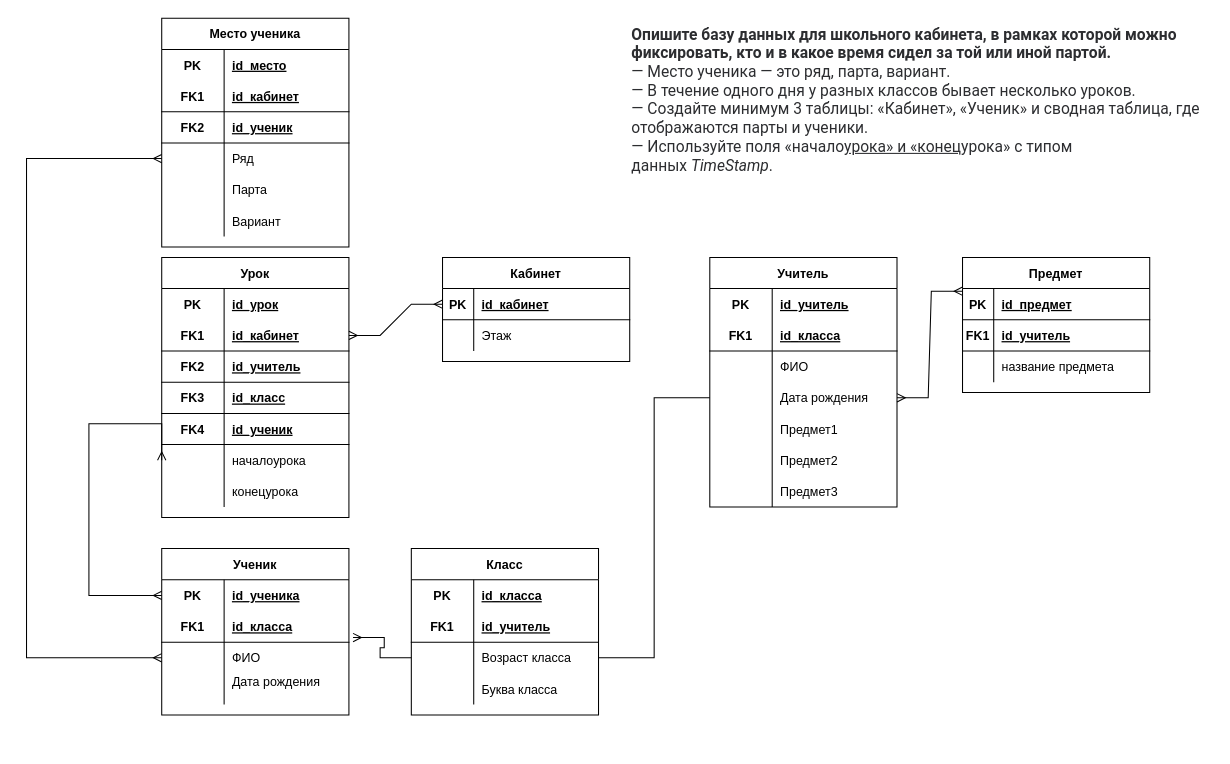
Before: Диаграмма класса.drawio in nikul1ch/diagram, a draw.io diagram. Source tidied: cells renumbered, new cells numbered last; positions are measured from the earlier drawing's top-left corner, leaving out a move shared by most shapes. Both pictures are drawn from the tidied source at 104%, with x=0, y=0 at pixel (26, 18).
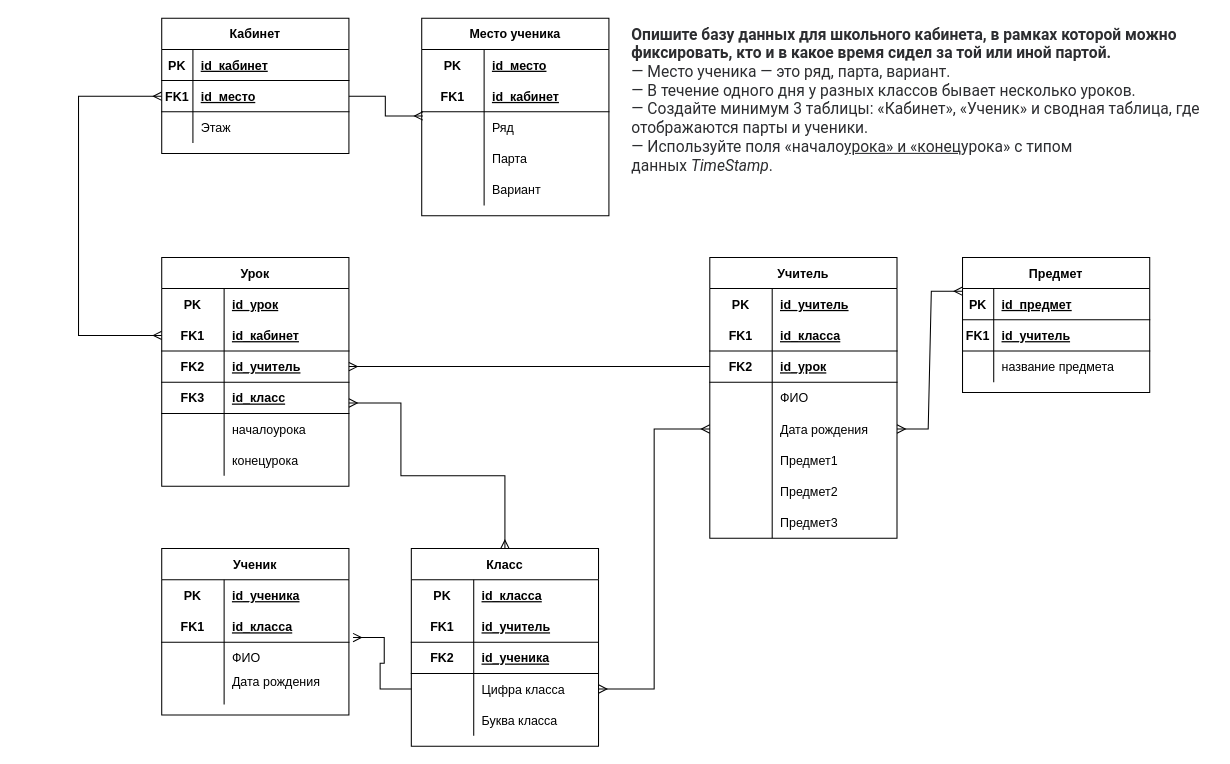
The same page after the edit.

The change refers to these unchanged cells:
```xml
<mxCell id="3" style="shape=tableRow;horizontal=0;startSize=0;swimlaneHead=0;swimlaneBody=0;fillColor=none;points=[[0,0.5],[1,0.5]];portConstraint=eastwest;top=0;left=0;right=0;bottom=1;" parent="2" vertex="1">
  <mxGeometry y="30" width="180" height="30" as="geometry" />
</mxCell>
<mxCell id="11" style="shape=tableRow;horizontal=0;startSize=0;swimlaneHead=0;swimlaneBody=0;fillColor=none;points=[[0,0.5],[1,0.5]];portConstraint=eastwest;top=0;left=0;right=0;bottom=0;" parent="10" vertex="1">
  <mxGeometry y="30" width="180" height="30" as="geometry" />
</mxCell>
<mxCell id="17" style="shape=tableRow;horizontal=0;startSize=0;swimlaneHead=0;swimlaneBody=0;fillColor=none;points=[[0,0.5],[1,0.5]];portConstraint=eastwest;top=0;left=0;right=0;bottom=0;" parent="10" vertex="1">
  <mxGeometry y="90" width="180" height="30" as="geometry" />
</mxCell>
<mxCell id="62" style="shape=tableRow;horizontal=0;startSize=0;swimlaneHead=0;swimlaneBody=0;fillColor=none;points=[[0,0.5],[1,0.5]];portConstraint=eastwest;top=0;left=0;right=0;bottom=1;" parent="58" vertex="1">
  <mxGeometry y="60" width="180" height="30" as="geometry" />
</mxCell>
```

What changed in the source:
```diff
@@
     <mxCell id="2" value="Кабинет" style="shape=table;startSize=30;childLayout=tableLayout;rowLines=0;fontStyle=1;align=center;" parent="1" vertex="1">
-      <mxGeometry x="400" y="230" width="180" height="100" as="geometry" />
+      <mxGeometry x="130" width="180" height="130" as="geometry" />
     </mxCell>
@@
+    <mxCell id="121" style="shape=tableRow;horizontal=0;startSize=0;swimlaneHead=0;swimlaneBody=0;fillColor=none;points=[[0,0.5],[1,0.5]];portConstraint=eastwest;top=0;left=0;right=0;bottom=1;" parent="2" vertex="1">
+      <mxGeometry y="60" width="180" height="30" as="geometry" />
+    </mxCell>
+    <mxCell id="122" value="FK1" style="shape=partialRectangle;fillColor=none;top=0;left=0;bottom=0;right=0;fontStyle=1;overflow=hidden;" parent="121" vertex="1">
+      <mxGeometry width="30" height="30" as="geometry" />
+    </mxCell>
+    <mxCell id="123" value="id_место" style="shape=partialRectangle;fillColor=none;top=0;left=0;bottom=0;right=0;align=left;spacingLeft=6;fontStyle=5;overflow=hidden;" parent="121" vertex="1">
+      <mxGeometry x="30" width="150" height="30" as="geometry" />
+    </mxCell>
     <mxCell id="6" style="shape=tableRow;horizontal=0;startSize=0;swimlaneHead=0;swimlaneBody=0;fillColor=none;top=0;left=0;right=0;bottom=0;" parent="2" vertex="1">
-      <mxGeometry y="60" width="180" height="30" as="geometry" />
+      <mxGeometry y="90" width="180" height="30" as="geometry" />
     </mxCell>
@@
+    <mxCell id="124" style="edgeStyle=orthogonalEdgeStyle;rounded=0;jettySize=auto;html=1;exitX=0.5;exitY=0;exitDx=0;exitDy=0;startArrow=ERmany;startFill=0;endArrow=ERmany;endFill=0;" parent="1" edge="1" source="23">
+      <mxGeometry relative="1" as="geometry">
+        <mxPoint x="310" y="370" as="targetPoint" />
+        <Array as="points">
+          <mxPoint x="460" y="440" />
+          <mxPoint x="360" y="440" />
+          <mxPoint x="360" y="370" />
+        </Array>
+      </mxGeometry>
+    </mxCell>
     <mxCell id="23" value="Класс" style="shape=table;startSize=30;childLayout=tableLayout;rowLines=0;fontStyle=1;align=center;" parent="1" vertex="1">
-      <mxGeometry x="370" y="510" width="180" height="160" as="geometry" />
+      <mxGeometry x="370" y="510" width="180" height="190" as="geometry" />
     </mxCell>
@@
+    <mxCell id="125" style="shape=tableRow;horizontal=0;startSize=0;swimlaneHead=0;swimlaneBody=0;fillColor=none;top=0;left=0;right=0;bottom=1;" parent="23" vertex="1">
+      <mxGeometry y="90" width="180" height="30" as="geometry" />
+    </mxCell>
+    <mxCell id="126" value="FK2" style="shape=partialRectangle;fillColor=none;top=0;left=0;bottom=0;right=0;fontStyle=1;overflow=hidden;" parent="125" vertex="1">
+      <mxGeometry width="60" height="30" as="geometry" />
+    </mxCell>
+    <mxCell id="127" value="id_ученика" style="shape=partialRectangle;fillColor=none;top=0;left=0;bottom=0;right=0;align=left;spacingLeft=6;fontStyle=5;overflow=hidden;" parent="125" vertex="1">
+      <mxGeometry x="60" width="120" height="30" as="geometry" />
+    </mxCell>
     <mxCell id="30" style="shape=tableRow;horizontal=0;startSize=0;swimlaneHead=0;swimlaneBody=0;fillColor=none;points=[[0,0.5],[1,0.5]];portConstraint=eastwest;top=0;left=0;right=0;bottom=0;" parent="23" vertex="1">
-      <mxGeometry y="90" width="180" height="30" as="geometry" />
+      <mxGeometry y="120" width="180" height="30" as="geometry" />
     </mxCell>
@@
-    <mxCell id="32" value="Возраст класса" style="shape=partialRectangle;fillColor=none;top=0;left=0;bottom=0;right=0;align=left;spacingLeft=6;overflow=hidden;" parent="30" vertex="1">
+    <mxCell id="32" value="Цифра класса" style="shape=partialRectangle;fillColor=none;top=0;left=0;bottom=0;right=0;align=left;spacingLeft=6;overflow=hidden;" parent="30" vertex="1">
       <mxGeometry x="60" width="120" height="30" as="geometry" />
     </mxCell>
     <mxCell id="33" style="shape=tableRow;horizontal=0;startSize=0;swimlaneHead=0;swimlaneBody=0;fillColor=none;top=0;left=0;right=0;bottom=0;" parent="23" vertex="1">
-      <mxGeometry y="120" width="180" height="30" as="geometry" />
+      <mxGeometry y="150" width="180" height="30" as="geometry" />
     </mxCell>
@@
     <mxCell id="36" value="Учитель" style="shape=table;startSize=30;childLayout=tableLayout;rowLines=0;fontStyle=1;align=center;" parent="1" vertex="1">
-      <mxGeometry x="657" y="230" width="180" height="240" as="geometry" />
+      <mxGeometry x="657" y="230" width="180" height="270" as="geometry" />
     </mxCell>
@@
+    <mxCell id="128" style="shape=tableRow;horizontal=0;startSize=0;swimlaneHead=0;swimlaneBody=0;fillColor=none;points=[[0,0.5],[1,0.5]];portConstraint=eastwest;top=0;left=0;right=0;bottom=1;" parent="36" vertex="1">
+      <mxGeometry y="90" width="180" height="30" as="geometry" />
+    </mxCell>
+    <mxCell id="129" value="FK2" style="shape=partialRectangle;fillColor=none;top=0;left=0;bottom=0;right=0;fontStyle=1;overflow=hidden;" parent="128" vertex="1">
+      <mxGeometry width="60" height="30" as="geometry" />
+    </mxCell>
+    <mxCell id="130" value="id_урок" style="shape=partialRectangle;fillColor=none;top=0;left=0;bottom=0;right=0;align=left;spacingLeft=6;fontStyle=5;overflow=hidden;" parent="128" vertex="1">
+      <mxGeometry x="60" width="120" height="30" as="geometry" />
+    </mxCell>
     <mxCell id="43" style="shape=tableRow;horizontal=0;startSize=0;swimlaneHead=0;swimlaneBody=0;fillColor=none;top=0;left=0;right=0;bottom=0;" parent="36" vertex="1">
-      <mxGeometry y="90" width="180" height="30" as="geometry" />
+      <mxGeometry y="120" width="180" height="30" as="geometry" />
     </mxCell>
@@
     <mxCell id="46" style="shape=tableRow;horizontal=0;startSize=0;swimlaneHead=0;swimlaneBody=0;fillColor=none;points=[[0,0.5],[1,0.5]];portConstraint=eastwest;top=0;left=0;right=0;bottom=0;" parent="36" vertex="1">
-      <mxGeometry y="120" width="180" height="30" as="geometry" />
+      <mxGeometry y="150" width="180" height="30" as="geometry" />
     </mxCell>
@@
     <mxCell id="49" style="shape=tableRow;horizontal=0;startSize=0;swimlaneHead=0;swimlaneBody=0;fillColor=none;top=0;left=0;right=0;bottom=0;" parent="36" vertex="1">
-      <mxGeometry y="150" width="180" height="30" as="geometry" />
+      <mxGeometry y="180" width="180" height="30" as="geometry" />
     </mxCell>
@@
     <mxCell id="52" style="shape=tableRow;horizontal=0;startSize=0;swimlaneHead=0;swimlaneBody=0;fillColor=none;top=0;left=0;right=0;bottom=0;" parent="36" vertex="1">
-      <mxGeometry y="180" width="180" height="30" as="geometry" />
+      <mxGeometry y="210" width="180" height="30" as="geometry" />
     </mxCell>
@@
     <mxCell id="55" style="shape=tableRow;horizontal=0;startSize=0;swimlaneHead=0;swimlaneBody=0;fillColor=none;top=0;left=0;right=0;bottom=0;" parent="36" vertex="1">
-      <mxGeometry y="210" width="180" height="30" as="geometry" />
+      <mxGeometry y="240" width="180" height="30" as="geometry" />
     </mxCell>
@@
     <mxCell id="58" value="Урок" style="shape=table;startSize=30;childLayout=tableLayout;rowLines=0;fontStyle=1;align=center;" parent="1" vertex="1">
-      <mxGeometry x="130" y="230" width="180" height="250" as="geometry" />
+      <mxGeometry x="130" y="230" width="180" height="220" as="geometry" />
     </mxCell>
@@
-    <mxCell id="71" style="shape=tableRow;horizontal=0;startSize=0;swimlaneHead=0;swimlaneBody=0;fillColor=none;top=0;left=0;right=0;bottom=1;" parent="58" vertex="1">
-      <mxGeometry y="150" width="180" height="30" as="geometry" />
-    </mxCell>
-    <mxCell id="72" style="shape=partialRectangle;fillColor=none;top=0;left=0;bottom=0;right=0;fontStyle=1;overflow=hidden;" parent="71" vertex="1">
-      <mxGeometry width="60" height="30" as="geometry" />
-    </mxCell>
-    <mxCell id="73" style="shape=partialRectangle;fillColor=none;top=0;left=0;bottom=0;right=0;align=left;spacingLeft=6;fontStyle=5;overflow=hidden;" parent="71" vertex="1">
-      <mxGeometry x="60" width="120" height="30" as="geometry" />
-    </mxCell>
     <mxCell id="74" style="shape=tableRow;horizontal=0;startSize=0;swimlaneHead=0;swimlaneBody=0;fillColor=none;points=[[0,0.5],[1,0.5]];portConstraint=eastwest;top=0;left=0;right=0;bottom=0;" parent="58" vertex="1">
-      <mxGeometry y="180" width="180" height="30" as="geometry" />
+      <mxGeometry y="150" width="180" height="30" as="geometry" />
     </mxCell>
@@
     <mxCell id="77" style="shape=tableRow;horizontal=0;startSize=0;swimlaneHead=0;swimlaneBody=0;fillColor=none;top=0;left=0;right=0;bottom=0;" parent="58" vertex="1">
-      <mxGeometry y="210" width="180" height="30" as="geometry" />
+      <mxGeometry y="180" width="180" height="30" as="geometry" />
     </mxCell>
@@
     <mxCell id="80" value="Место ученика" style="shape=table;startSize=30;childLayout=tableLayout;rowLines=0;fontStyle=1;align=center;" parent="1" vertex="1">
-      <mxGeometry x="130" width="180" height="220" as="geometry" />
+      <mxGeometry x="380" width="180" height="190" as="geometry" />
     </mxCell>
@@
-    <mxCell id="87" style="shape=tableRow;horizontal=0;startSize=0;swimlaneHead=0;swimlaneBody=0;fillColor=none;top=0;left=0;right=0;bottom=1;" parent="80" vertex="1">
-      <mxGeometry y="90" width="180" height="30" as="geometry" />
-    </mxCell>
-    <mxCell id="88" value="FK2" style="shape=partialRectangle;fillColor=none;top=0;left=0;bottom=0;right=0;fontStyle=1;overflow=hidden;" parent="87" vertex="1">
-      <mxGeometry width="60" height="30" as="geometry" />
-    </mxCell>
-    <mxCell id="89" value="id_ученик" style="shape=partialRectangle;fillColor=none;top=0;left=0;bottom=0;right=0;align=left;spacingLeft=6;fontStyle=5;overflow=hidden;" parent="87" vertex="1">
-      <mxGeometry x="60" width="120" height="30" as="geometry" />
-    </mxCell>
     <mxCell id="90" style="shape=tableRow;horizontal=0;startSize=0;swimlaneHead=0;swimlaneBody=0;fillColor=none;points=[[0,0.5],[1,0.5]];portConstraint=eastwest;top=0;left=0;right=0;bottom=0;" parent="80" vertex="1">
-      <mxGeometry y="120" width="180" height="30" as="geometry" />
+      <mxGeometry y="90" width="180" height="30" as="geometry" />
     </mxCell>
@@
     <mxCell id="93" style="shape=tableRow;horizontal=0;startSize=0;swimlaneHead=0;swimlaneBody=0;fillColor=none;top=0;left=0;right=0;bottom=0;" parent="80" vertex="1">
-      <mxGeometry y="150" width="180" height="30" as="geometry" />
+      <mxGeometry y="120" width="180" height="30" as="geometry" />
     </mxCell>
@@
     <mxCell id="96" style="shape=tableRow;horizontal=0;startSize=0;swimlaneHead=0;swimlaneBody=0;fillColor=none;top=0;left=0;right=0;bottom=0;" parent="80" vertex="1">
-      <mxGeometry y="180" width="180" height="30" as="geometry" />
+      <mxGeometry y="150" width="180" height="30" as="geometry" />
     </mxCell>
@@
-    <mxCell id="103" value="FK4" style="shape=partialRectangle;fillColor=none;top=0;left=0;bottom=0;right=0;fontStyle=1;overflow=hidden;" parent="1" vertex="1">
-      <mxGeometry x="130" y="380" width="60" height="30" as="geometry" />
-    </mxCell>
-    <mxCell id="104" value="id_ученик" style="shape=partialRectangle;fillColor=none;top=0;left=0;bottom=0;right=0;align=left;spacingLeft=6;fontStyle=5;overflow=hidden;" parent="1" vertex="1">
-      <mxGeometry x="190" y="380" width="120" height="30" as="geometry" />
-    </mxCell>
-    <mxCell id="105" style="edgeStyle=entityRelationEdgeStyle;fontSize=12;html=1;endArrow=ERmany;startArrow=ERmany;rounded=0;entryX=0;entryY=0.5;entryDx=0;entryDy=0;exitX=1;exitY=0.5;exitDx=0;exitDy=0;" parent="1" edge="1" source="62" target="3">
-      <mxGeometry relative="1" as="geometry" />
-    </mxCell>
@@
-    <mxCell id="118" style="edgeStyle=orthogonalEdgeStyle;rounded=0;jettySize=auto;html=1;entryX=0;entryY=0.5;entryDx=0;entryDy=0;endArrow=none;endFill=0;" parent="1" edge="1" source="30" target="46">
+    <mxCell id="118" style="edgeStyle=orthogonalEdgeStyle;rounded=0;jettySize=auto;html=1;entryX=0;entryY=0.5;entryDx=0;entryDy=0;endArrow=ERmany;endFill=0;startArrow=ERmany;startFill=0;" parent="1" edge="1" source="30" target="46">
       <mxGeometry relative="1" as="geometry" />
     </mxCell>
-    <mxCell id="119" style="edgeStyle=orthogonalEdgeStyle;rounded=0;jettySize=auto;html=1;entryX=0;entryY=0.5;entryDx=0;entryDy=0;endArrow=ERmany;endFill=0;startArrow=ERmany;startFill=0;" parent="1" edge="1" source="90" target="17">
-      <mxGeometry relative="1" as="geometry">
-        <Array as="points">
-          <mxPoint y="135" />
-          <mxPoint y="615" />
-        </Array>
-      </mxGeometry>
-    </mxCell>
-    <mxCell id="120" style="edgeStyle=orthogonalEdgeStyle;rounded=0;jettySize=auto;html=1;exitX=0;exitY=0.5;exitDx=0;exitDy=0;entryX=0;entryY=0.5;entryDx=0;entryDy=0;startArrow=ERmany;startFill=0;endArrow=ERmany;endFill=0;" parent="1" edge="1" source="11" target="74">
-      <mxGeometry relative="1" as="geometry">
-        <Array as="points">
-          <mxPoint x="60" y="555" />
-          <mxPoint x="60" y="390" />
-          <mxPoint x="130" y="390" />
-        </Array>
-      </mxGeometry>
-    </mxCell>
+    <mxCell id="131" style="edgeStyle=orthogonalEdgeStyle;rounded=0;jettySize=auto;html=1;exitX=0;exitY=0.5;exitDx=0;exitDy=0;entryX=0;entryY=0.5;entryDx=0;entryDy=0;startArrow=ERmany;startFill=0;endArrow=ERmany;endFill=0;" parent="1" edge="1" source="121" target="62">
+      <mxGeometry relative="1" as="geometry">
+        <Array as="points">
+          <mxPoint x="50" y="75" />
+          <mxPoint x="50" y="305" />
+        </Array>
+      </mxGeometry>
+    </mxCell>
+    <mxCell id="132" style="edgeStyle=orthogonalEdgeStyle;rounded=0;jettySize=auto;html=1;exitX=1;exitY=0.5;exitDx=0;exitDy=0;entryX=0.006;entryY=0.133;entryDx=0;entryDy=0;entryPerimeter=0;startArrow=none;startFill=0;endArrow=ERmany;endFill=0;" parent="1" edge="1" source="121" target="90">
+      <mxGeometry relative="1" as="geometry" />
+    </mxCell>
+    <mxCell id="133" style="edgeStyle=orthogonalEdgeStyle;rounded=0;jettySize=auto;html=1;exitX=0;exitY=0.5;exitDx=0;exitDy=0;startArrow=none;startFill=0;endArrow=ERmany;endFill=0;" parent="1" edge="1" source="128">
+      <mxGeometry relative="1" as="geometry">
+        <mxPoint x="310" y="335" as="targetPoint" />
+      </mxGeometry>
+    </mxCell>
```
